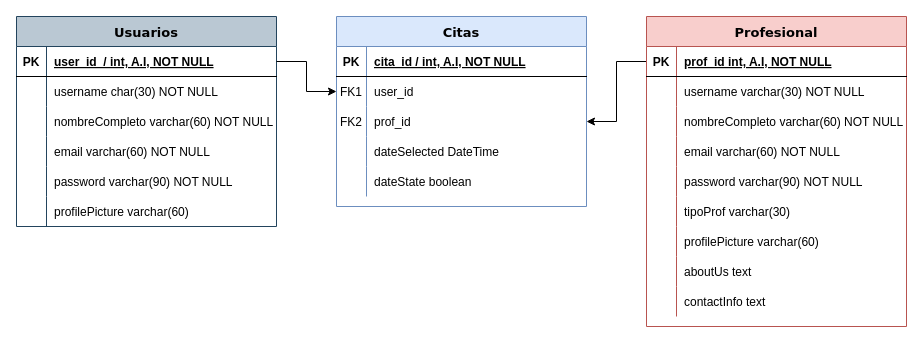
Before: Untitled Diagram.drawio in Eat-Fit/ERM-DB, a draw.io diagram. Source tidied: cells renumbered, new cells numbered last; positions are measured from the earlier drawing's top-left corner, leaving out a move shared by most shapes. Both pictures are drawn from the tidied source at 100%, with x=0, y=0 at pixel (16, 16).
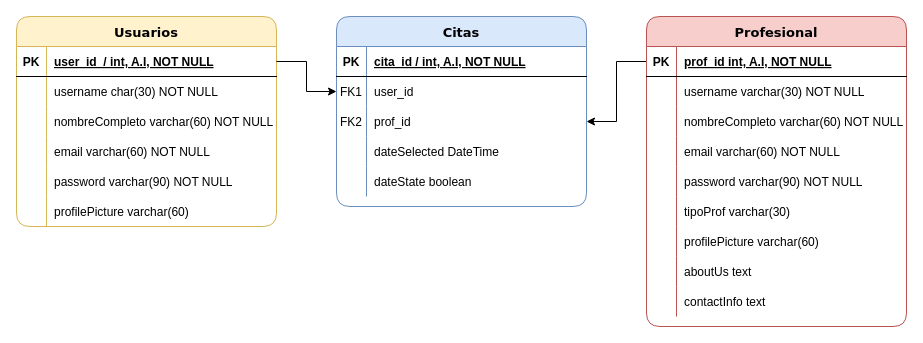
After the change.

Change to the diagram source:
```diff
@@
-    <mxCell id="2" value="Usuarios" style="shape=table;startSize=30;childLayout=tableLayout;rowLines=0;fontStyle=1;align=center;fontSize=13;fillColor=#bac8d3;strokeColor=#23445d;fontFamily=Verdana;gradientDirection=west;" parent="1" vertex="1">
+    <mxCell id="2" value="Usuarios" style="shape=table;startSize=30;childLayout=tableLayout;rowLines=0;fontStyle=1;align=center;fontSize=13;fillColor=#fff2cc;strokeColor=#d6b656;fontFamily=Verdana;gradientDirection=west;labelBackgroundColor=none;labelBorderColor=none;labelPosition=center;verticalLabelPosition=middle;verticalAlign=middle;rounded=1;shadow=0;sketch=0;" parent="1" vertex="1">
       <mxGeometry width="260" height="210" as="geometry" />
     </mxCell>
@@
-    <mxCell id="23" value="Profesional" style="shape=table;startSize=30;childLayout=tableLayout;rowLines=0;fontStyle=1;align=center;fillColor=#f8cecc;strokeColor=#b85450;fontFamily=Verdana;fontSize=13;" parent="1" vertex="1">
+    <mxCell id="23" value="Profesional" style="shape=table;startSize=30;childLayout=tableLayout;rowLines=0;fontStyle=1;align=center;fillColor=#f8cecc;strokeColor=#b85450;fontFamily=Verdana;fontSize=13;rounded=1;" parent="1" vertex="1">
       <mxGeometry x="630" width="260" height="310" as="geometry" />
     </mxCell>
@@
-    <mxCell id="51" value="Citas" style="shape=table;startSize=30;childLayout=tableLayout;rowLines=0;fontStyle=1;align=center;fillColor=#dae8fc;strokeColor=#6c8ebf;fontFamily=Verdana;fontSize=13;" parent="1" vertex="1">
+    <mxCell id="51" value="Citas" style="shape=table;startSize=30;childLayout=tableLayout;rowLines=0;fontStyle=1;align=center;fillColor=#dae8fc;strokeColor=#6c8ebf;fontFamily=Verdana;fontSize=13;rounded=1;" parent="1" vertex="1">
       <mxGeometry x="320" width="250" height="190" as="geometry" />
     </mxCell>
```
